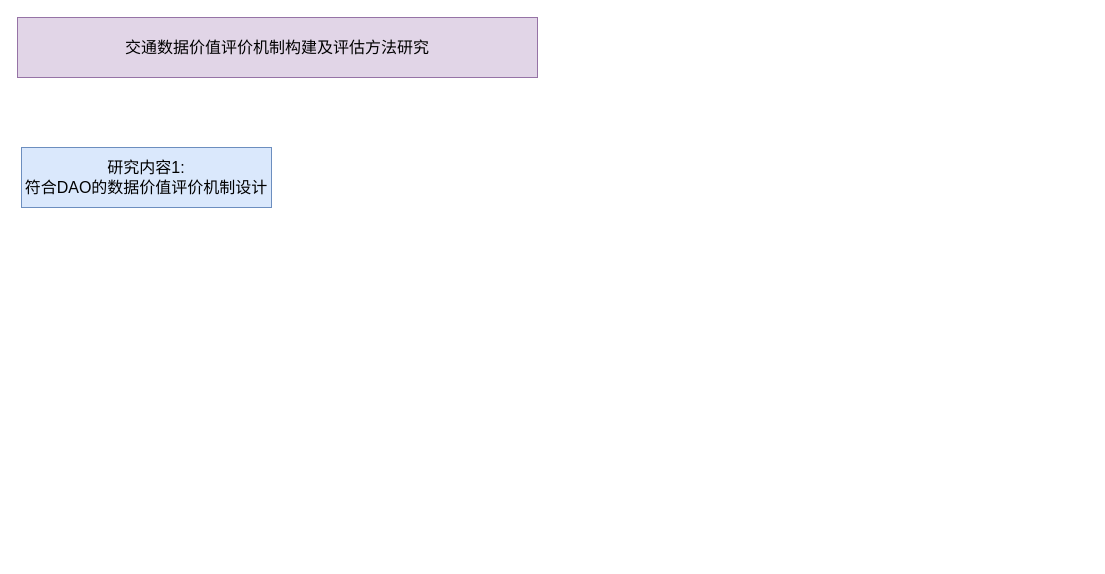
Before: images/青基_研究路线.drawio in eveyuyi/pics_git, a draw.io diagram. Source tidied: cells renumbered, new cells numbered last; positions are measured from the earlier drawing's top-left corner, leaving out a move shared by most shapes. Both pictures are drawn from the tidied source at 100%, with x=0, y=0 at pixel (17, 17).
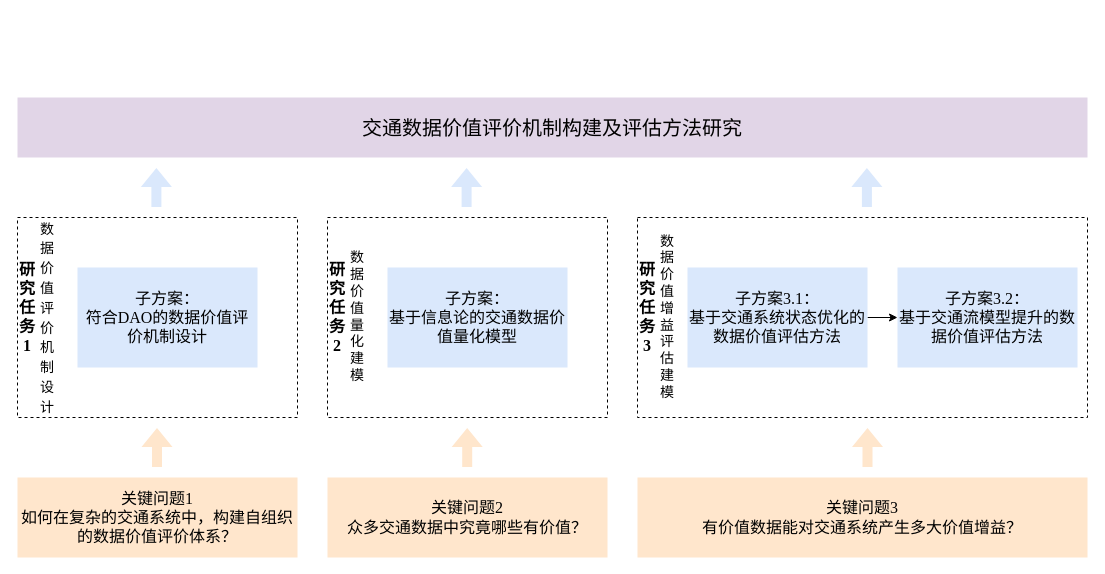
The same diagram, later.

Commit message:
Update 青基_研究路线.drawio

Diff of the diagram source:
```diff
@@
+    <mxCell id="4" style="rounded=0;whiteSpace=wrap;html=1;fontFamily=Times New Roman;fontSize=14;fillColor=none;dashed=1;" parent="1" vertex="1">
+      <mxGeometry y="200" width="280" height="200" as="geometry" />
+    </mxCell>
-    <mxCell id="2" value="交通数据价值评价机制构建及评估方法研究" style="rounded=0;whiteSpace=wrap;html=1;fillColor=#e1d5e7;strokeColor=#9673a6;fontSize=16;" parent="1" vertex="1">
-      <mxGeometry width="520" height="60" as="geometry" />
+    <mxCell id="2" value="&lt;font style=&quot;font-size: 20px;&quot;&gt;交通数据价值评价机制构建及评估方法研究&lt;/font&gt;" style="rounded=0;whiteSpace=wrap;html=1;fillColor=#e1d5e7;strokeColor=none;fontSize=16;fontFamily=Times New Roman;" parent="1" vertex="1">
+      <mxGeometry y="80" width="1070" height="60" as="geometry" />
     </mxCell>
-    <mxCell id="3" value="研究内容1:&lt;br&gt;符合DAO的数据价值评价机制设计" style="rounded=0;whiteSpace=wrap;html=1;fillColor=#dae8fc;strokeColor=#6c8ebf;fontSize=16;" parent="1" vertex="1">
-      <mxGeometry x="4" y="130" width="250" height="60" as="geometry" />
+    <mxCell id="3" value="&lt;span style=&quot;font-weight: normal;&quot;&gt;子方案：&lt;br&gt;符合DAO的数据价值评价机制设计&lt;/span&gt;" style="rounded=0;whiteSpace=wrap;html=1;fillColor=#dae8fc;strokeColor=none;fontSize=16;fontStyle=1;flipH=0;flipV=0;fontFamily=Times New Roman;" parent="1" vertex="1">
+      <mxGeometry x="60" y="250" width="180" height="100" as="geometry" />
     </mxCell>
+    <mxCell id="5" value="关键问题1&lt;br&gt;如何在复杂的交通系统中，构建自组织的数据价值评价体系？" style="rounded=0;whiteSpace=wrap;html=1;fontSize=16;fillColor=#ffe6cc;strokeColor=none;fontFamily=Times New Roman;" parent="1" vertex="1">
+      <mxGeometry y="460" width="280" height="80" as="geometry" />
+    </mxCell>
+    <mxCell id="6" value="关键问题2&lt;br&gt;众多交通数据中究竟哪些有价值？" style="rounded=0;whiteSpace=wrap;html=1;fontSize=16;fillColor=#ffe6cc;strokeColor=none;fontFamily=Times New Roman;" parent="1" vertex="1">
+      <mxGeometry x="310" y="460" width="280" height="80" as="geometry" />
+    </mxCell>
+    <mxCell id="7" value="关键问题3&lt;br&gt;有价值数据能对交通系统产生多大价值增益？" style="rounded=0;whiteSpace=wrap;html=1;fontSize=16;fillColor=#ffe6cc;strokeColor=none;fontFamily=Times New Roman;" parent="1" vertex="1">
+      <mxGeometry x="620" y="460" width="450" height="80" as="geometry" />
+    </mxCell>
+    <mxCell id="8" value="&lt;b&gt;研究任务1&lt;/b&gt;" style="rounded=0;whiteSpace=wrap;html=1;fontSize=16;fillColor=none;strokeColor=none;fontFamily=Times New Roman;" parent="1" vertex="1">
+      <mxGeometry y="260" width="20" height="60" as="geometry" />
+    </mxCell>
+    <mxCell id="9" value="&lt;font style=&quot;font-size: 14px;&quot;&gt;数据价值评价机制设计&lt;/font&gt;" style="rounded=0;whiteSpace=wrap;html=1;fontSize=16;fillColor=none;strokeColor=none;fontFamily=Times New Roman;" parent="1" vertex="1">
+      <mxGeometry x="20" y="270" width="20" height="60" as="geometry" />
+    </mxCell>
+    <mxCell id="10" style="rounded=0;whiteSpace=wrap;html=1;fontFamily=Times New Roman;fontSize=14;fillColor=none;dashed=1;" parent="1" vertex="1">
+      <mxGeometry x="310" y="200" width="280" height="200" as="geometry" />
+    </mxCell>
+    <mxCell id="11" value="&lt;span style=&quot;font-weight: normal;&quot;&gt;子方案：&lt;br&gt;&lt;/span&gt;&lt;span style=&quot;font-weight: 400;&quot;&gt;基于信息论的交通数据价值量化模型&lt;/span&gt;&lt;span style=&quot;font-weight: normal;&quot;&gt;&lt;br&gt;&lt;/span&gt;" style="rounded=0;whiteSpace=wrap;html=1;fillColor=#dae8fc;strokeColor=none;fontSize=16;fontStyle=1;flipH=0;flipV=0;fontFamily=Times New Roman;" parent="1" vertex="1">
+      <mxGeometry x="370" y="250" width="180" height="100" as="geometry" />
+    </mxCell>
+    <mxCell id="12" value="&lt;b&gt;研究任务2&lt;/b&gt;" style="rounded=0;whiteSpace=wrap;html=1;fontSize=16;fillColor=none;strokeColor=none;fontFamily=Times New Roman;" parent="1" vertex="1">
+      <mxGeometry x="310" y="260" width="20" height="60" as="geometry" />
+    </mxCell>
+    <mxCell id="13" value="数据价值量化建模" style="rounded=0;whiteSpace=wrap;html=1;fontSize=14;fillColor=none;strokeColor=none;fontFamily=Times New Roman;" parent="1" vertex="1">
+      <mxGeometry x="330" y="270" width="20" height="60" as="geometry" />
+    </mxCell>
+    <mxCell id="14" style="rounded=0;whiteSpace=wrap;html=1;fontFamily=Times New Roman;fontSize=14;fillColor=none;dashed=1;" parent="1" vertex="1">
+      <mxGeometry x="620" y="200" width="450" height="200" as="geometry" />
+    </mxCell>
+    <mxCell id="15" value="&lt;span style=&quot;font-weight: normal;&quot;&gt;子方案3.2：&lt;br&gt;&lt;/span&gt;&lt;span style=&quot;font-weight: 400;&quot;&gt;基于交通流模型提升的数据价值评估方法&lt;/span&gt;&lt;span style=&quot;font-weight: normal;&quot;&gt;&lt;br&gt;&lt;/span&gt;" style="rounded=0;whiteSpace=wrap;html=1;fillColor=#dae8fc;strokeColor=none;fontSize=16;fontStyle=1;flipH=0;flipV=0;fontFamily=Times New Roman;" parent="1" vertex="1">
+      <mxGeometry x="880" y="250" width="180" height="100" as="geometry" />
+    </mxCell>
+    <mxCell id="16" value="&lt;b&gt;研究任务3&lt;/b&gt;" style="rounded=0;whiteSpace=wrap;html=1;fontSize=16;fillColor=none;strokeColor=none;fontFamily=Times New Roman;" parent="1" vertex="1">
+      <mxGeometry x="620" y="260" width="20" height="60" as="geometry" />
+    </mxCell>
+    <mxCell id="17" value="数据价值增益评估建模" style="rounded=0;whiteSpace=wrap;html=1;fontSize=14;fillColor=none;strokeColor=none;fontFamily=Times New Roman;" parent="1" vertex="1">
+      <mxGeometry x="640" y="270" width="20" height="60" as="geometry" />
+    </mxCell>
+    <mxCell id="18" style="shape=flexArrow;endArrow=classic;html=1;rounded=0;fontFamily=Times New Roman;fontSize=14;fillColor=#ffe6cc;strokeColor=none;" parent="1" edge="1">
+      <mxGeometry relative="1" as="geometry">
+        <mxPoint x="139.5" y="450" as="sourcePoint" />
+        <mxPoint x="139.5" y="410" as="targetPoint" />
+      </mxGeometry>
+    </mxCell>
+    <mxCell id="19" style="edgeStyle=orthogonalEdgeStyle;rounded=0;jettySize=auto;html=1;entryX=0;entryY=0.5;entryDx=0;entryDy=0;fontFamily=Times New Roman;fontSize=14;" parent="1" edge="1" source="20" target="15">
+      <mxGeometry relative="1" as="geometry" />
+    </mxCell>
+    <mxCell id="20" value="&lt;span style=&quot;font-weight: normal;&quot;&gt;子方案3.1：&lt;br&gt;&lt;/span&gt;&lt;span style=&quot;font-weight: 400;&quot;&gt;基于交通系统状态优化的数据价值评估方法&lt;/span&gt;&lt;span style=&quot;font-weight: normal;&quot;&gt;&lt;br&gt;&lt;/span&gt;" style="rounded=0;whiteSpace=wrap;html=1;fillColor=#dae8fc;strokeColor=none;fontSize=16;fontStyle=1;flipH=0;flipV=0;fontFamily=Times New Roman;" parent="1" vertex="1">
+      <mxGeometry x="670" y="250" width="180" height="100" as="geometry" />
+    </mxCell>
+    <mxCell id="21" style="shape=flexArrow;endArrow=classic;html=1;rounded=0;fontFamily=Times New Roman;fontSize=14;fillColor=#ffe6cc;strokeColor=none;" parent="1" edge="1">
+      <mxGeometry relative="1" as="geometry">
+        <mxPoint x="449.7" y="450" as="sourcePoint" />
+        <mxPoint x="449.7" y="410" as="targetPoint" />
+      </mxGeometry>
+    </mxCell>
+    <mxCell id="22" style="shape=flexArrow;endArrow=classic;html=1;rounded=0;fontFamily=Times New Roman;fontSize=14;fillColor=#ffe6cc;strokeColor=none;" parent="1" edge="1">
+      <mxGeometry x="0.5" y="-240" relative="1" as="geometry">
+        <mxPoint x="850" y="450" as="sourcePoint" />
+        <mxPoint x="850" y="410" as="targetPoint" />
+      </mxGeometry>
+    </mxCell>
+    <mxCell id="23" style="shape=flexArrow;endArrow=classic;html=1;rounded=0;fontFamily=Times New Roman;fontSize=14;fillColor=#dae8fc;strokeColor=none;" parent="1" edge="1">
+      <mxGeometry relative="1" as="geometry">
+        <mxPoint x="138.9" y="190" as="sourcePoint" />
+        <mxPoint x="138.9" y="150" as="targetPoint" />
+      </mxGeometry>
+    </mxCell>
+    <mxCell id="24" style="shape=flexArrow;endArrow=classic;html=1;rounded=0;fontFamily=Times New Roman;fontSize=14;fillColor=#dae8fc;strokeColor=none;" parent="1" edge="1">
+      <mxGeometry relative="1" as="geometry">
+        <mxPoint x="449.1" y="190" as="sourcePoint" />
+        <mxPoint x="449.1" y="150" as="targetPoint" />
+      </mxGeometry>
+    </mxCell>
+    <mxCell id="25" style="shape=flexArrow;endArrow=classic;html=1;rounded=0;fontFamily=Times New Roman;fontSize=14;fillColor=#dae8fc;strokeColor=none;" parent="1" edge="1">
+      <mxGeometry x="0.5" y="-240" relative="1" as="geometry">
+        <mxPoint x="849.4" y="190" as="sourcePoint" />
+        <mxPoint x="849.4" y="150" as="targetPoint" />
+      </mxGeometry>
+    </mxCell>
```
